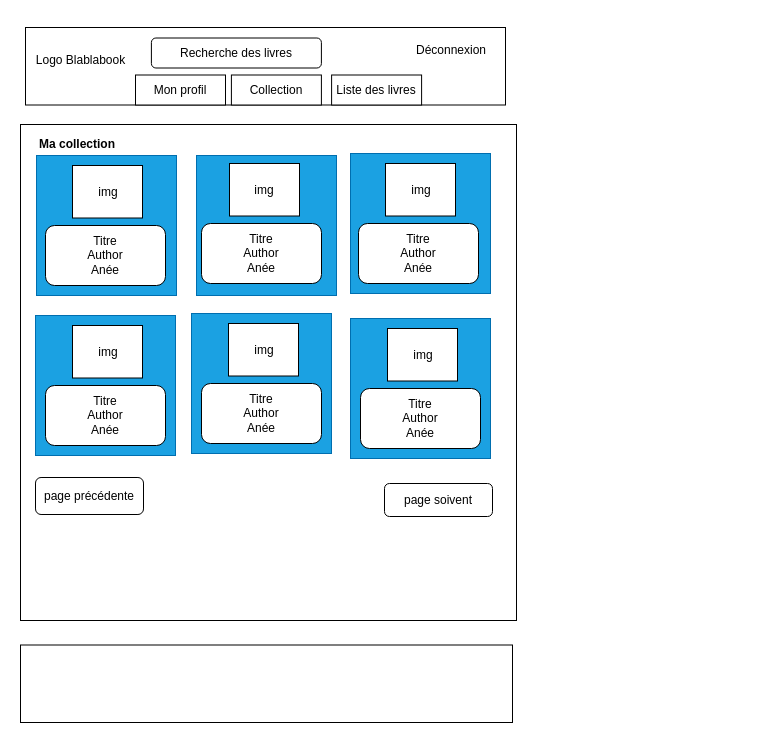
Above: page "ordinateur" (1 of 2) of Cahier des charges/wireframe/collection.drawio in HarukaIZUMI18/Blablabook-Haruka (draw.io), before the change. Source tidied: cells renumbered, new cells numbered last; positions are measured from the earlier drawing's top-left corner, leaving out a move shared by most shapes. Both pictures are drawn from the tidied source at 100%, with x=0, y=0 at pixel (17, 17).
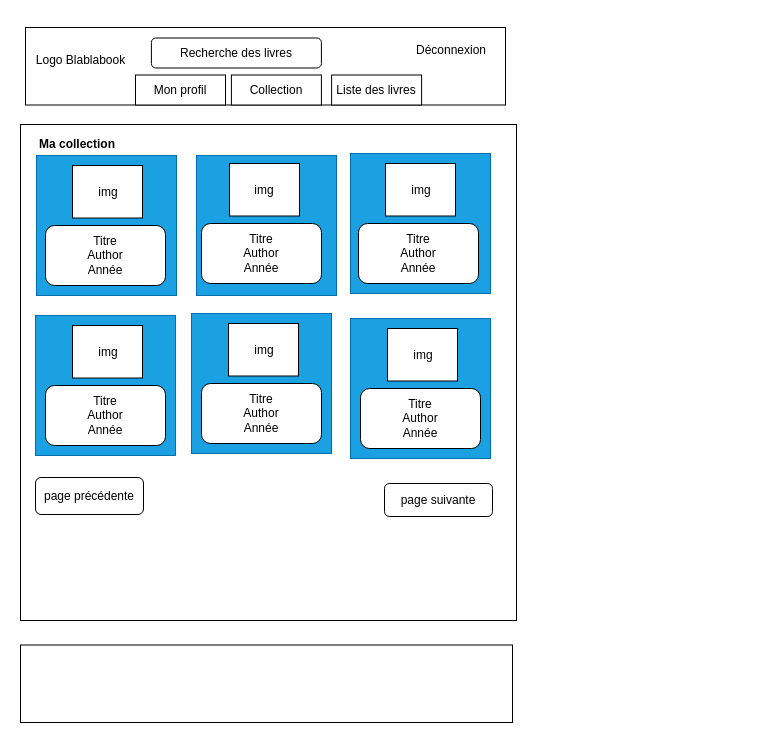
After the change.

Unchanged cells that the change refers to:
```xml
<mxCell id="2" style="group;" parent="1" vertex="1">
  <mxGeometry x="15" y="163" width="605.9" height="542" as="geometry" />
</mxCell>
<mxCell id="4" style="group;" parent="2" vertex="1">
  <mxGeometry x="3" y="135" width="140" height="249" as="geometry" />
</mxCell>
<mxCell id="12" style="group;" parent="2" vertex="1">
  <mxGeometry x="3" y="-25" width="140" height="140" as="geometry" />
</mxCell>
<mxCell id="24" style="group;" parent="23" vertex="1">
  <mxGeometry x="3" y="136" width="140" height="140" as="geometry" />
</mxCell>
<mxCell id="39" style="group;" parent="38" vertex="1">
  <mxGeometry x="3" y="136" width="140" height="140" as="geometry" />
</mxCell>
<mxCell id="47" style="group;" parent="46" vertex="1">
  <mxGeometry x="3" y="120" width="140" height="140" as="geometry" />
</mxCell>
<mxCell id="55" style="group;" parent="54" vertex="1">
  <mxGeometry x="3" y="120" width="140" height="140" as="geometry" />
</mxCell>
```

What changed in the source:
```diff
@@
-    <mxCell id="6" value="Titre&lt;div&gt;Author&lt;/div&gt;&lt;div&gt;Anée&lt;/div&gt;" style="rounded=1;whiteSpace=wrap;html=1;" parent="4" vertex="1">
+    <mxCell id="6" value="Titre&lt;div&gt;Author&lt;/div&gt;&lt;div&gt;Année&lt;/div&gt;" style="rounded=1;whiteSpace=wrap;html=1;" parent="4" vertex="1">
       <mxGeometry x="10" y="70" width="120" height="60" as="geometry" />
     </mxCell>
@@
-    <mxCell id="14" value="Titre&lt;div&gt;Author&lt;/div&gt;&lt;div&gt;Anée&lt;/div&gt;" style="rounded=1;whiteSpace=wrap;html=1;" parent="12" vertex="1">
+    <mxCell id="14" value="Titre&lt;div&gt;Author&lt;/div&gt;&lt;div&gt;Année&lt;/div&gt;" style="rounded=1;whiteSpace=wrap;html=1;" parent="12" vertex="1">
       <mxGeometry x="10" y="70" width="120" height="60" as="geometry" />
     </mxCell>
@@
-    <mxCell id="20" value="page soivent" style="rounded=1;whiteSpace=wrap;html=1;" parent="2" vertex="1">
+    <mxCell id="20" value="page suivante" style="rounded=1;whiteSpace=wrap;html=1;" parent="2" vertex="1">
       <mxGeometry x="352" y="303" width="108" height="33" as="geometry" />
     </mxCell>
@@
-    <mxCell id="25" value="Titre&lt;div&gt;Author&lt;/div&gt;&lt;div&gt;Anée&lt;/div&gt;" style="rounded=1;whiteSpace=wrap;html=1;" parent="24" vertex="1">
+    <mxCell id="25" value="Titre&lt;div&gt;Author&lt;/div&gt;&lt;div&gt;Année&lt;/div&gt;" style="rounded=1;whiteSpace=wrap;html=1;" parent="24" vertex="1">
       <mxGeometry x="23" y="70" width="120" height="60" as="geometry" />
     </mxCell>
@@
-    <mxCell id="41" value="Titre&lt;div&gt;Author&lt;/div&gt;&lt;div&gt;Anée&lt;/div&gt;" style="rounded=1;whiteSpace=wrap;html=1;" parent="39" vertex="1">
+    <mxCell id="41" value="Titre&lt;div&gt;Author&lt;/div&gt;&lt;div&gt;Année&lt;/div&gt;" style="rounded=1;whiteSpace=wrap;html=1;" parent="39" vertex="1">
       <mxGeometry x="10" y="70" width="120" height="60" as="geometry" />
     </mxCell>
@@
-    <mxCell id="49" value="Titre&lt;div&gt;Author&lt;/div&gt;&lt;div&gt;Anée&lt;/div&gt;" style="rounded=1;whiteSpace=wrap;html=1;" parent="47" vertex="1">
+    <mxCell id="49" value="Titre&lt;div&gt;Author&lt;/div&gt;&lt;div&gt;Année&lt;/div&gt;" style="rounded=1;whiteSpace=wrap;html=1;" parent="47" vertex="1">
       <mxGeometry x="10" y="70" width="120" height="60" as="geometry" />
     </mxCell>
@@
-    <mxCell id="57" value="Titre&lt;div&gt;Author&lt;/div&gt;&lt;div&gt;Anée&lt;/div&gt;" style="rounded=1;whiteSpace=wrap;html=1;" parent="55" vertex="1">
+    <mxCell id="57" value="Titre&lt;div&gt;Author&lt;/div&gt;&lt;div&gt;Année&lt;/div&gt;" style="rounded=1;whiteSpace=wrap;html=1;" parent="55" vertex="1">
       <mxGeometry x="10" y="70" width="120" height="60" as="geometry" />
     </mxCell>
```
